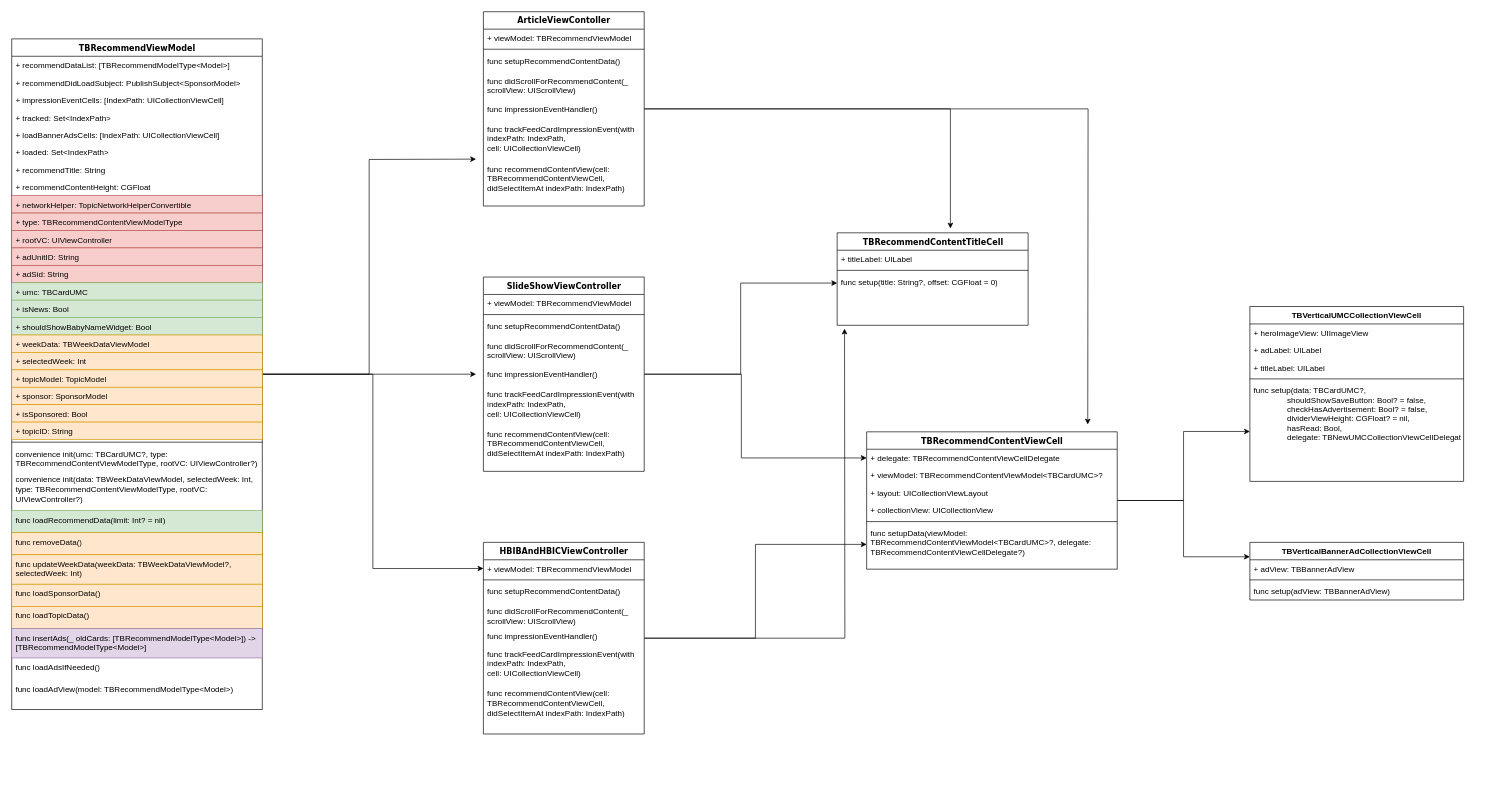
Earlier version of the draw.io diagram Untitled Diagram.drawio (Jovins/RefactorUML). Source tidied: cells renumbered, new cells numbered last; positions are measured from the earlier drawing's top-left corner, leaving out a move shared by most shapes. Both pictures are drawn from the tidied source at 67%, with x=0, y=0 at pixel (11, 11).
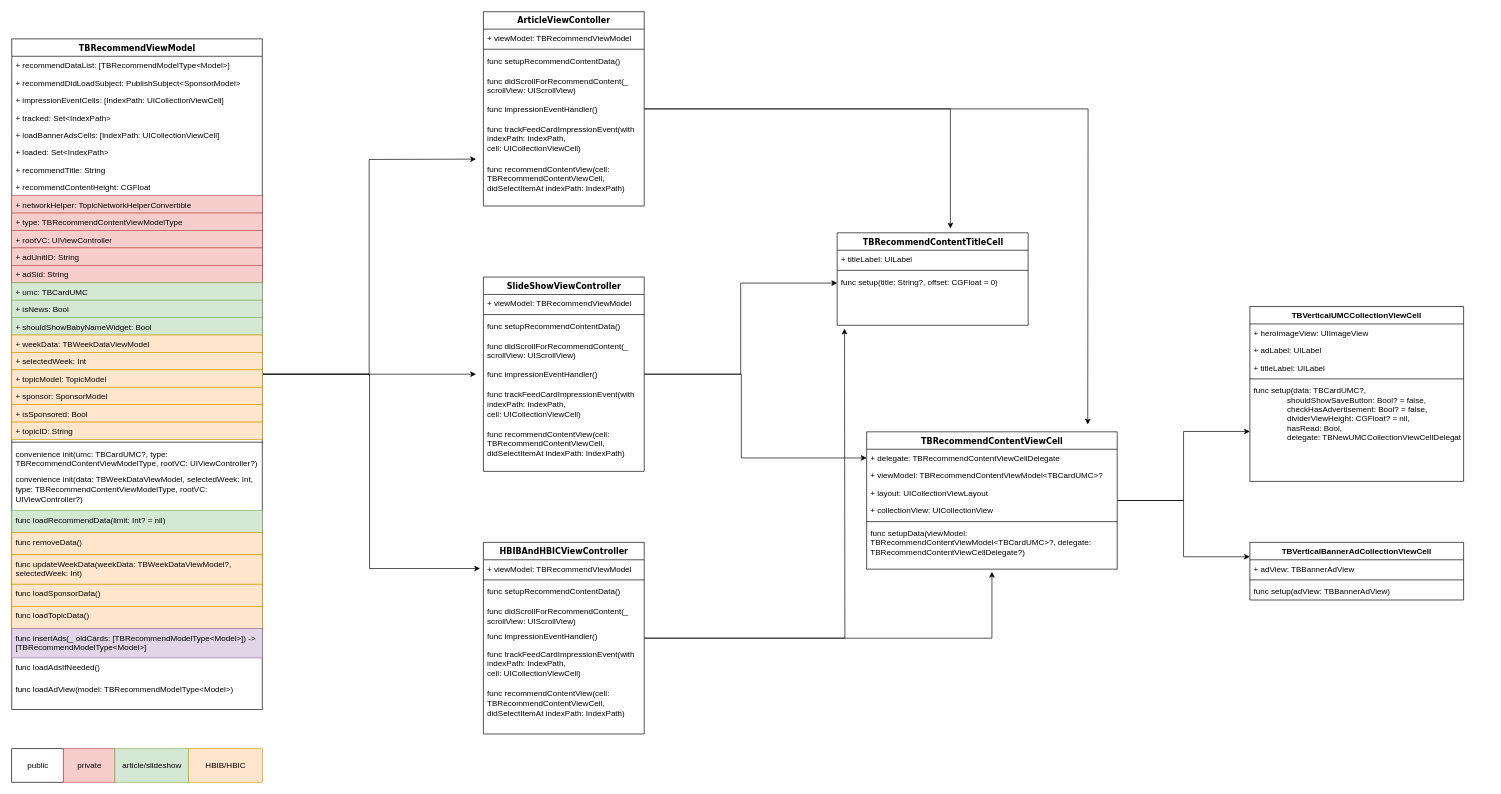
The same diagram, later.

Unchanged cells that the change refers to:
```xml
<mxCell id="24" value="HBIBAndHBICViewController&lt;br&gt;" style="swimlane;html=1;fontStyle=1;align=center;verticalAlign=top;horizontal=1;startSize=26;swimlaneFillColor=#ffffff;rounded=0;shadow=0;comic=0;labelBackgroundColor=none;strokeWidth=1;fillColor=none;fontFamily=Verdana;fontSize=12;" parent="1" vertex="1">
  <mxGeometry x="704" y="792" width="240" height="286" as="geometry" />
</mxCell>
<mxCell id="25" value="+ viewModel: TBRecommendViewModel" style="text;html=1;strokeColor=none;fillColor=none;align=left;verticalAlign=top;spacingLeft=4;spacingRight=4;whiteSpace=wrap;overflow=hidden;points=[[0,0.5],[1,0.5]];portConstraint=eastwest;" parent="24" vertex="1">
  <mxGeometry y="26" width="240" height="26" as="geometry" />
</mxCell>
<mxCell id="35" value="TBRecommendViewModel" style="swimlane;html=1;fontStyle=1;align=center;verticalAlign=top;horizontal=1;startSize=26;swimlaneFillColor=#ffffff;rounded=0;shadow=0;comic=0;labelBackgroundColor=none;strokeWidth=1;fillColor=none;fontFamily=Verdana;fontSize=12;" parent="1" vertex="1">
  <mxGeometry y="40.5" width="374" height="1001" as="geometry" />
</mxCell>
<mxCell id="77" value="func setupData(viewModel: TBRecommendContentViewModel&amp;lt;TBCardUMC&amp;gt;?, delegate: TBRecommendContentViewCellDelegate?)" style="text;html=1;strokeColor=none;fillColor=none;align=left;verticalAlign=top;spacingLeft=4;spacingRight=4;whiteSpace=wrap;overflow=hidden;points=[[0,0.5],[1,0.5]];portConstraint=eastwest;" parent="71" vertex="1">
  <mxGeometry y="138" width="374" height="60" as="geometry" />
</mxCell>
```

What changed in the source:
```diff
@@
-    <mxCell id="23" style="edgeStyle=orthogonalEdgeStyle;rounded=0;jettySize=auto;html=1;entryX=0;entryY=0.5;entryDx=0;entryDy=0;" parent="1" edge="1" source="24" target="77">
-      <mxGeometry relative="1" as="geometry" />
-    </mxCell>
+    <mxCell id="92" style="edgeStyle=orthogonalEdgeStyle;rounded=0;jettySize=auto;html=1;" parent="1" edge="1" source="24">
+      <mxGeometry relative="1" as="geometry">
+        <mxPoint x="1463" y="836" as="targetPoint" />
+        <Array as="points">
+          <mxPoint x="1463" y="935" />
+        </Array>
+      </mxGeometry>
+    </mxCell>
@@
-    <mxCell id="34" style="edgeStyle=orthogonalEdgeStyle;rounded=0;jettySize=auto;html=1;entryX=0;entryY=0.5;entryDx=0;entryDy=0;" parent="1" edge="1" source="35" target="25">
-      <mxGeometry relative="1" as="geometry" />
+    <mxCell id="34" style="edgeStyle=orthogonalEdgeStyle;rounded=0;orthogonalLoop=1;jettySize=auto;html=1;entryX=0;entryY=0.5;entryDx=0;entryDy=0;" parent="1" edge="1">
+      <mxGeometry relative="1" as="geometry">
+        <mxPoint x="369" y="541" as="sourcePoint" />
+        <mxPoint x="699" y="831" as="targetPoint" />
+        <Array as="points">
+          <mxPoint x="534" y="541" />
+          <mxPoint x="534" y="831" />
+        </Array>
+      </mxGeometry>
     </mxCell>
@@
+    <mxCell id="93" value="public" style="html=1;" parent="1" vertex="1">
+      <mxGeometry y="1100" width="77" height="50" as="geometry" />
+    </mxCell>
+    <mxCell id="94" value="private" style="html=1;fillColor=#f8cecc;strokeColor=#b85450;" parent="1" vertex="1">
+      <mxGeometry x="77" y="1100" width="77" height="50" as="geometry" />
+    </mxCell>
+    <mxCell id="95" value="article/slideshow" style="html=1;fillColor=#d5e8d4;strokeColor=#82b366;" parent="1" vertex="1">
+      <mxGeometry x="154" y="1100" width="110" height="50" as="geometry" />
+    </mxCell>
+    <mxCell id="96" value="HBIB/HBIC" style="html=1;fillColor=#ffe6cc;strokeColor=#d79b00;" parent="1" vertex="1">
+      <mxGeometry x="264" y="1100" width="110" height="50" as="geometry" />
+    </mxCell>
```
